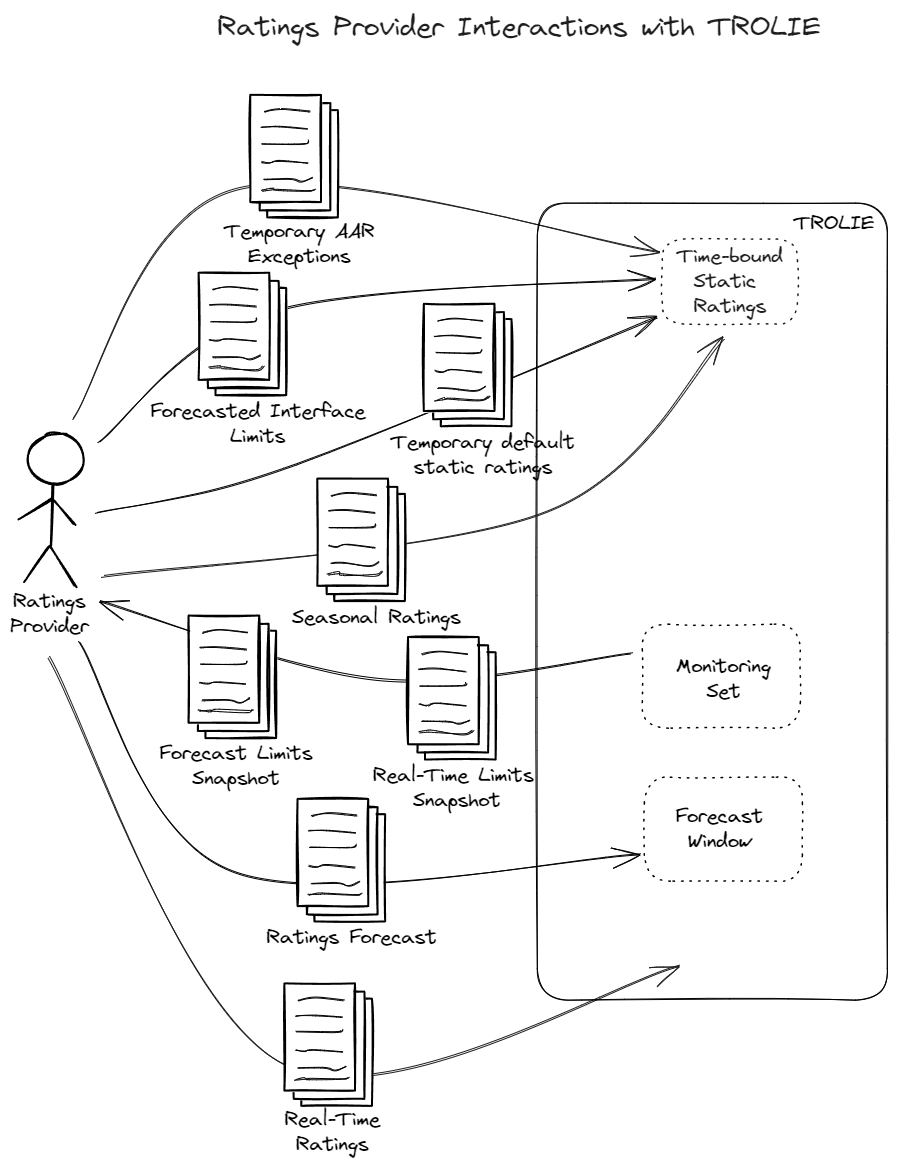
Before: docs/images/TROLIE Ratings Provider interactions.excalidraw.png, a diagram exported from Excalidraw (trolie/spec). Source tidied: one line per element, renumbered; positions are measured from the earlier drawing's top-left corner, leaving out a move shared by most shapes.
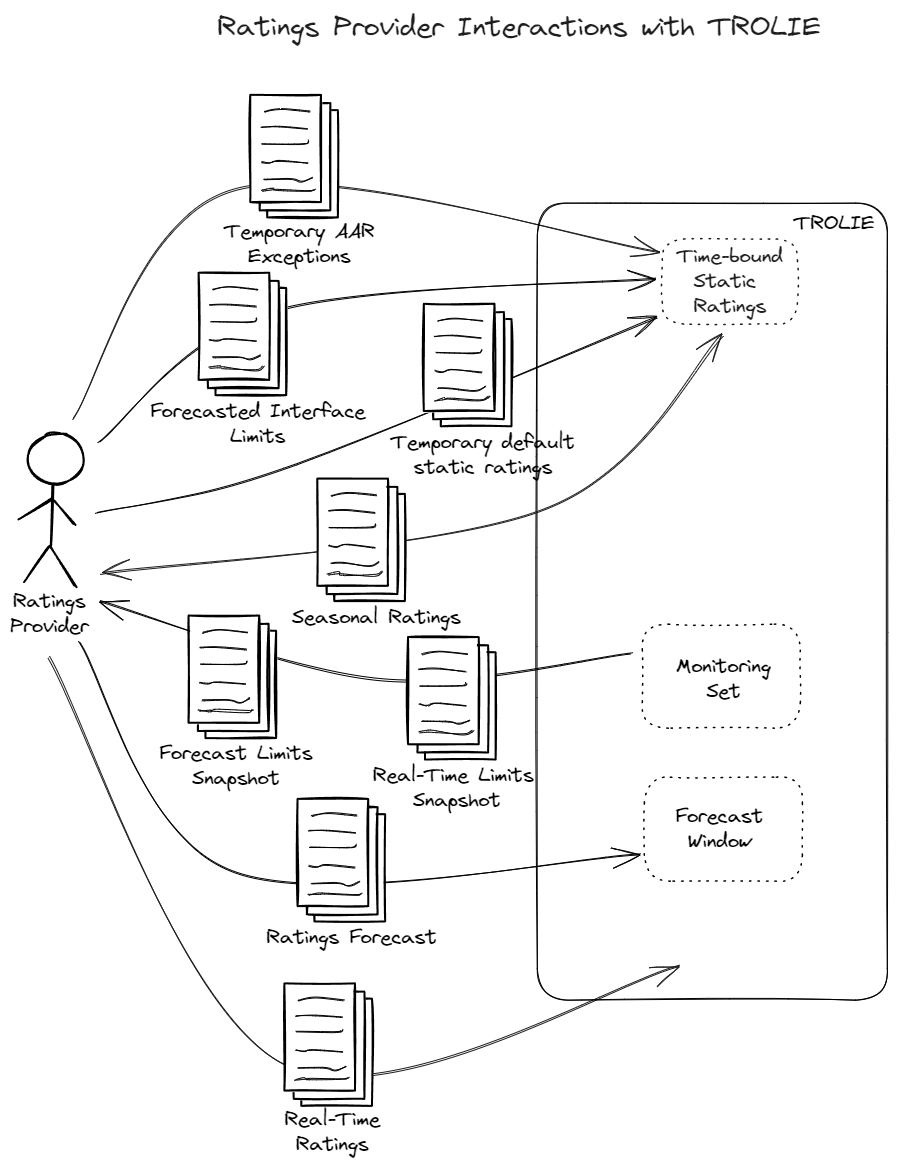
The same file after the commit.

Commit message:
assume read/write seasonal ratings is an interop use case

Diff of the diagram source:
```diff
@@ -90,7 +90,7 @@
 {"id": 89, "type": "line", "strokeColor": "#000000", "backgroundColor": "#fff", "fillStyle": "solid", "strokeWidth": 1, "roughness": 1, "round": true, "x": 199, "y": 295, "width": 47, "height": 2, "points": [[0, 0], [18, -1], [47, 2]]}
 {"id": 90, "type": "line", "strokeColor": "#000000", "backgroundColor": "#fff", "fillStyle": "solid", "strokeWidth": 1, "roughness": 1, "round": true, "x": 200, "y": 330, "width": 47, "height": 2, "points": [[0, 0], [8, 1], [18, -1], [47, 2]]}
 {"id": 91, "type": "text", "text": "Forecasted Interface\nLimits", "strokeColor": "#000000", "strokeWidth": 1, "roughness": 1, "fontSize": 20, "fontFamily": 1, "textAlign": "center", "x": 140, "y": 389, "width": 215, "height": 50}
-{"id": 92, "type": "arrow", "strokeColor": "#1e1e1e", "strokeWidth": 1, "roughness": 1, "startArrowhead": "arrow", "round": true, "from": 69, "to": 42, "x": 714, "y": 328, "width": 621, "height": 239, "points": [[0, 0], [-178, 174], [-621, 239]]}
+{"id": 92, "type": "arrow", "strokeColor": "#1e1e1e", "strokeWidth": 1, "roughness": 1, "startArrowhead": "arrow", "endArrowhead": "arrow", "round": true, "from": 69, "to": 42, "x": 713, "y": 325, "width": 621, "height": 239, "points": [[0, 0], [-178, 174], [-621, 239]]}
 {"id": 93, "type": "rectangle", "strokeColor": "#000000", "backgroundColor": "#fff", "fillStyle": "solid", "strokeWidth": 2, "roughness": 1, "x": 324, "y": 484, "width": 71, "height": 107}
 {"id": 94, "type": "rectangle", "strokeColor": "#000000", "backgroundColor": "#fff", "fillStyle": "solid", "strokeWidth": 2, "roughness": 1, "x": 317, "y": 477, "width": 71, "height": 107}
 {"id": 95, "type": "rectangle", "strokeColor": "#000000", "backgroundColor": "#fff", "fillStyle": "solid", "strokeWidth": 2, "roughness": 1, "x": 307, "y": 469, "width": 71, "height": 107}
```
